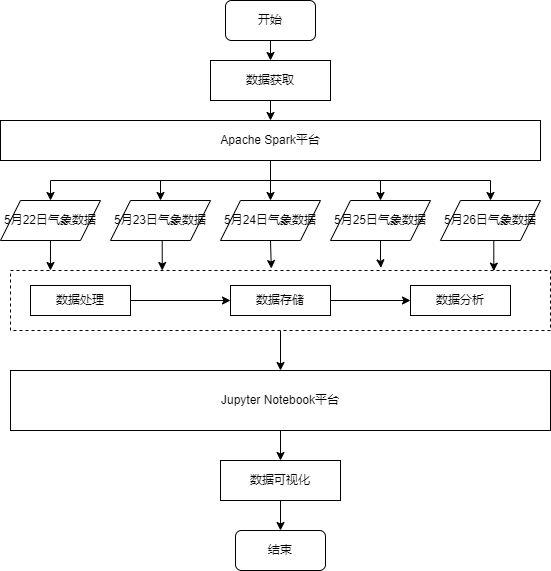
Angle-or-Devil/project keeps this draw.io diagram as T2.drawio.png. Above is the earlier version. Source tidied: cells renumbered, new cells last; positions are measured from the earlier drawing's top-left corner, leaving out a move shared by most shapes.
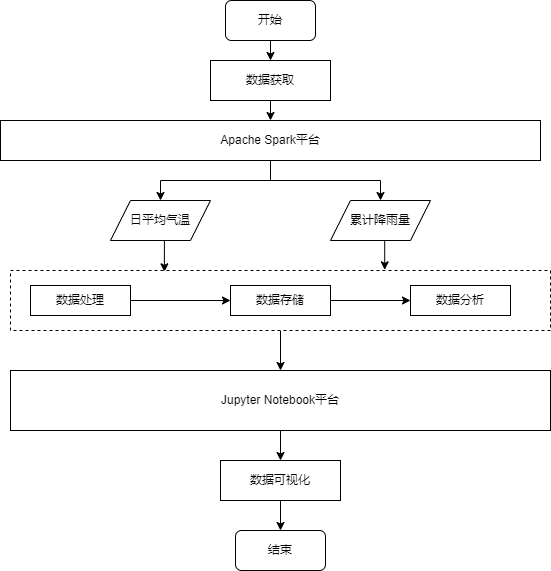
Later version of the same file.

What changed in the source:
```diff
@@ -14,59 +14,27 @@
     <mxCell id="5" value="数据获取" style="rounded=0;whiteSpace=wrap;html=1;" parent="1" vertex="1">
       <mxGeometry x="210" y="60" width="120" height="40" as="geometry" />
     </mxCell>
-    <mxCell id="6" style="edgeStyle=orthogonalEdgeStyle;rounded=0;jettySize=auto;html=1;exitX=0.5;exitY=1;exitDx=0;exitDy=0;entryX=0.5;entryY=0;entryDx=0;entryDy=0;" parent="1" edge="1" source="11" target="13">
-      <mxGeometry relative="1" as="geometry" />
-    </mxCell>
     <mxCell id="7" style="edgeStyle=orthogonalEdgeStyle;rounded=0;jettySize=auto;html=1;exitX=0.5;exitY=1;exitDx=0;exitDy=0;entryX=0.5;entryY=0;entryDx=0;entryDy=0;" parent="1" edge="1" source="11" target="15">
       <mxGeometry relative="1" as="geometry" />
     </mxCell>
-    <mxCell id="8" style="edgeStyle=orthogonalEdgeStyle;rounded=0;jettySize=auto;html=1;exitX=0.5;exitY=1;exitDx=0;exitDy=0;entryX=0.5;entryY=0;entryDx=0;entryDy=0;" parent="1" edge="1" source="11" target="17">
-      <mxGeometry relative="1" as="geometry" />
-    </mxCell>
     <mxCell id="9" style="edgeStyle=orthogonalEdgeStyle;rounded=0;jettySize=auto;html=1;exitX=0.5;exitY=1;exitDx=0;exitDy=0;entryX=0.5;entryY=0;entryDx=0;entryDy=0;" parent="1" edge="1" source="11" target="19">
       <mxGeometry relative="1" as="geometry" />
     </mxCell>
-    <mxCell id="10" style="edgeStyle=orthogonalEdgeStyle;rounded=0;jettySize=auto;html=1;exitX=0.5;exitY=1;exitDx=0;exitDy=0;entryX=0.5;entryY=0;entryDx=0;entryDy=0;" parent="1" edge="1" source="11" target="21">
-      <mxGeometry relative="1" as="geometry" />
-    </mxCell>
     <mxCell id="11" value="Apache Spark平台" style="rounded=0;whiteSpace=wrap;html=1;" parent="1" vertex="1">
       <mxGeometry y="120" width="540" height="40" as="geometry" />
     </mxCell>
-    <mxCell id="12" style="edgeStyle=orthogonalEdgeStyle;rounded=0;jettySize=auto;html=1;exitX=0.5;exitY=1;exitDx=0;exitDy=0;entryX=0.074;entryY=0;entryDx=0;entryDy=0;entryPerimeter=0;" parent="1" edge="1" source="13" target="23">
-      <mxGeometry relative="1" as="geometry" />
-    </mxCell>
-    <mxCell id="13" value="5月22日气象数据" style="shape=parallelogram;perimeter=parallelogramPerimeter;whiteSpace=wrap;html=1;fixedSize=1;" parent="1" vertex="1">
-      <mxGeometry y="200" width="100" height="40" as="geometry" />
-    </mxCell>
-    <mxCell id="14" style="edgeStyle=orthogonalEdgeStyle;rounded=0;jettySize=auto;html=1;exitX=0.5;exitY=1;exitDx=0;exitDy=0;entryX=0.281;entryY=0;entryDx=0;entryDy=0;entryPerimeter=0;" parent="1" edge="1" source="15" target="23">
+    <mxCell id="14" style="edgeStyle=orthogonalEdgeStyle;rounded=0;jettySize=auto;html=1;exitX=0.5;exitY=1;exitDx=0;exitDy=0;entryX=0.285;entryY=0.022;entryDx=0;entryDy=0;entryPerimeter=0;" parent="1" edge="1" source="15" target="23">
       <mxGeometry relative="1" as="geometry" />
     </mxCell>
-    <mxCell id="15" value="5月23日气象数据" style="shape=parallelogram;perimeter=parallelogramPerimeter;whiteSpace=wrap;html=1;fixedSize=1;" parent="1" vertex="1">
+    <mxCell id="15" value="日平均气温" style="shape=parallelogram;perimeter=parallelogramPerimeter;whiteSpace=wrap;html=1;fixedSize=1;" parent="1" vertex="1">
       <mxGeometry x="110" y="200" width="100" height="40" as="geometry" />
     </mxCell>
-    <mxCell id="16" style="edgeStyle=orthogonalEdgeStyle;rounded=0;jettySize=auto;html=1;exitX=0.5;exitY=1;exitDx=0;exitDy=0;entryX=0.483;entryY=-0.033;entryDx=0;entryDy=0;entryPerimeter=0;" parent="1" edge="1" source="17" target="23">
-      <mxGeometry relative="1" as="geometry" />
-    </mxCell>
-    <mxCell id="17" value="5月24日气象数据" style="shape=parallelogram;perimeter=parallelogramPerimeter;whiteSpace=wrap;html=1;fixedSize=1;" parent="1" vertex="1">
-      <mxGeometry x="220" y="200" width="100" height="40" as="geometry" />
-    </mxCell>
-    <mxCell id="18" style="edgeStyle=orthogonalEdgeStyle;rounded=0;jettySize=auto;html=1;exitX=0.5;exitY=1;exitDx=0;exitDy=0;entryX=0.686;entryY=-0.044;entryDx=0;entryDy=0;entryPerimeter=0;" parent="1" edge="1" source="19" target="23">
-      <mxGeometry relative="1" as="geometry">
-        <Array as="points">
-          <mxPoint x="380" y="260" />
-          <mxPoint x="380" y="260" />
-        </Array>
-      </mxGeometry>
+    <mxCell id="18" style="edgeStyle=orthogonalEdgeStyle;rounded=0;jettySize=auto;html=1;exitX=0.5;exitY=1;exitDx=0;exitDy=0;entryX=0.693;entryY=-0.011;entryDx=0;entryDy=0;entryPerimeter=0;" parent="1" edge="1" source="19" target="23">
+      <mxGeometry relative="1" as="geometry" />
     </mxCell>
-    <mxCell id="19" value="5月25日气象数据" style="shape=parallelogram;perimeter=parallelogramPerimeter;whiteSpace=wrap;html=1;fixedSize=1;" parent="1" vertex="1">
+    <mxCell id="19" value="累计降雨量" style="shape=parallelogram;perimeter=parallelogramPerimeter;whiteSpace=wrap;html=1;fixedSize=1;" parent="1" vertex="1">
       <mxGeometry x="330" y="200" width="100" height="40" as="geometry" />
     </mxCell>
-    <mxCell id="20" style="edgeStyle=orthogonalEdgeStyle;rounded=0;jettySize=auto;html=1;exitX=0.5;exitY=1;exitDx=0;exitDy=0;entryX=0.895;entryY=0.011;entryDx=0;entryDy=0;entryPerimeter=0;" parent="1" edge="1" source="21" target="23">
-      <mxGeometry relative="1" as="geometry" />
-    </mxCell>
-    <mxCell id="21" value="5月26日气象数据" style="shape=parallelogram;perimeter=parallelogramPerimeter;whiteSpace=wrap;html=1;fixedSize=1;" parent="1" vertex="1">
-      <mxGeometry x="440" y="200" width="100" height="40" as="geometry" />
-    </mxCell>
     <mxCell id="22" style="edgeStyle=orthogonalEdgeStyle;rounded=0;jettySize=auto;html=1;exitX=0.5;exitY=1;exitDx=0;exitDy=0;entryX=0.5;entryY=0;entryDx=0;entryDy=0;" parent="1" edge="1" source="23" target="30">
       <mxGeometry relative="1" as="geometry" />
     </mxCell>
```
